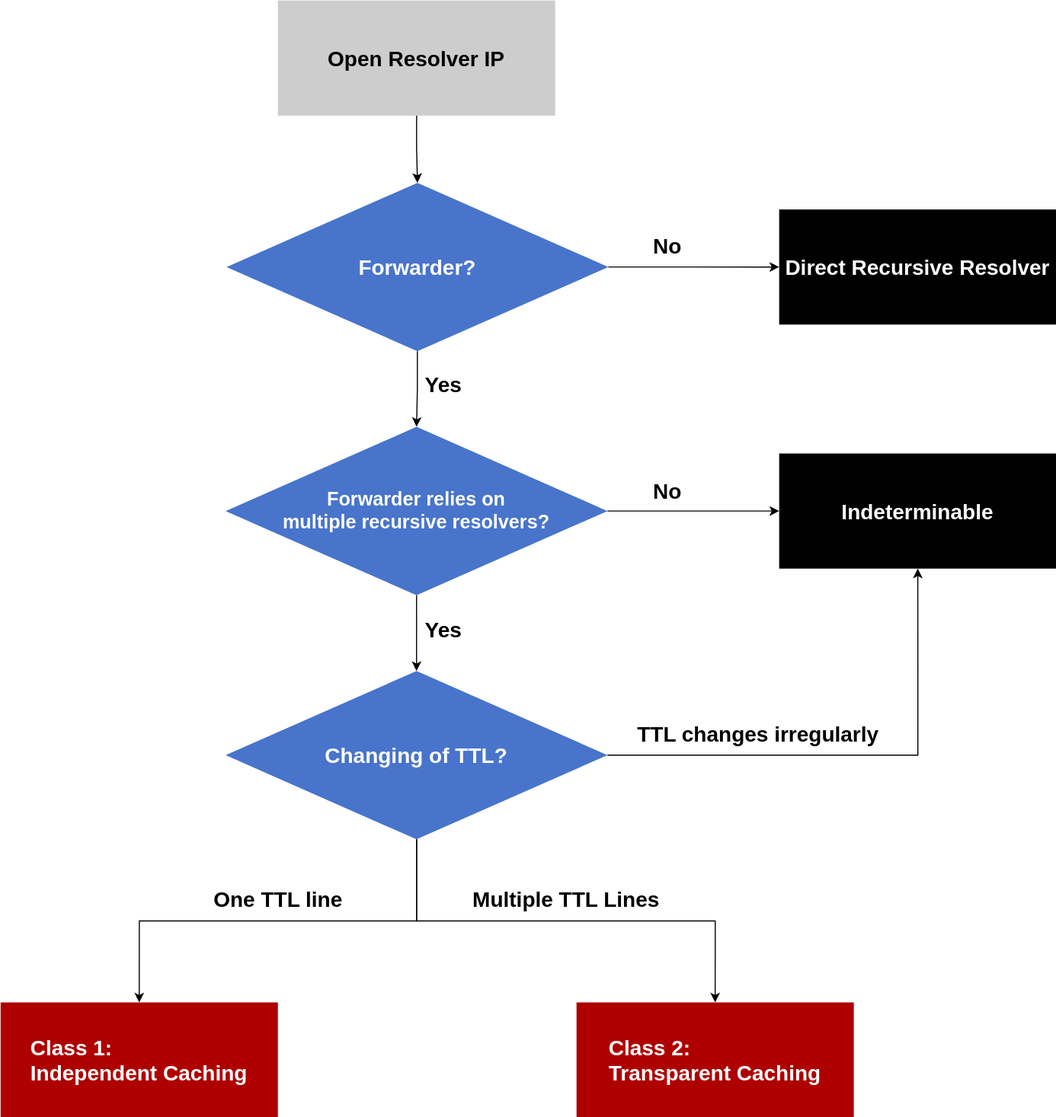
pythontha/Forwarder-cache keeps this draw.io diagram as 流程图.svg. Above is the earlier version. Source tidied: cells renumbered, new cells last; positions are measured from the earlier drawing's top-left corner, leaving out a move shared by most shapes.
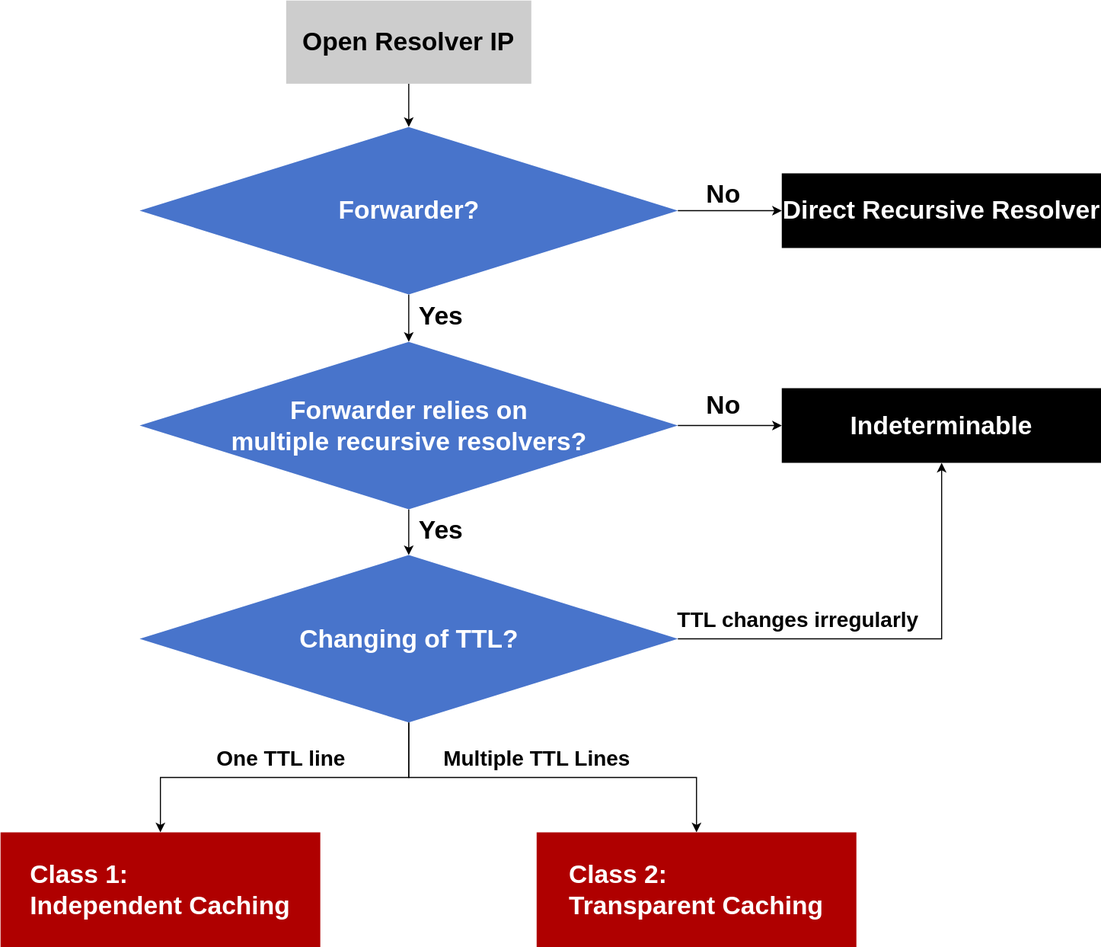
Later version of the same file.

Commit message:
更新流程图.svg

Diff of the diagram source:
```diff
@@ -5,8 +5,8 @@
     <mxCell id="2" style="edgeStyle=orthogonalEdgeStyle;rounded=0;jettySize=auto;html=1;entryX=0.5;entryY=0;entryDx=0;entryDy=0;" parent="1" edge="1" source="3" target="10">
       <mxGeometry relative="1" as="geometry" />
     </mxCell>
-    <mxCell id="3" value="&lt;font style=&quot;font-size: 20px;&quot;&gt;&lt;b style=&quot;&quot;&gt;Open Resolver IP&lt;/b&gt;&lt;/font&gt;" style="rounded=0;whiteSpace=wrap;html=1;fillColor=#CDCDCD;strokeColor=none;" parent="1" vertex="1">
-      <mxGeometry x="260" width="260" height="108" as="geometry" />
+    <mxCell id="3" value="&lt;font style=&quot;font-size: 24px;&quot;&gt;&lt;b style=&quot;&quot;&gt;Open Resolver IP&lt;/b&gt;&lt;/font&gt;" style="rounded=0;whiteSpace=wrap;html=1;fillColor=#CDCDCD;strokeColor=none;" parent="1" vertex="1">
+      <mxGeometry x="275" y="30" width="230" height="78" as="geometry" />
     </mxCell>
     <mxCell id="4" style="edgeStyle=orthogonalEdgeStyle;rounded=0;jettySize=auto;html=1;entryX=0.5;entryY=0;entryDx=0;entryDy=0;" parent="1" edge="1" source="7" target="16">
       <mxGeometry relative="1" as="geometry" />
@@ -17,8 +17,8 @@
     <mxCell id="6" style="edgeStyle=orthogonalEdgeStyle;rounded=0;jettySize=auto;html=1;entryX=0.5;entryY=1;entryDx=0;entryDy=0;" parent="1" edge="1" source="7" target="20">
       <mxGeometry relative="1" as="geometry" />
     </mxCell>
-    <mxCell id="7" value="&lt;font style=&quot;font-size: 20px;&quot; color=&quot;#ffffff&quot;&gt;&lt;b style=&quot;&quot;&gt;Changing of TTL?&lt;/b&gt;&lt;/font&gt;" style="rhombus;whiteSpace=wrap;html=1;rounded=0;strokeColor=none;fillColor=light-dark(#4874cb, #ededed);" parent="1" vertex="1">
-      <mxGeometry x="211" y="629.1" width="358" height="157.9" as="geometry" />
+    <mxCell id="7" value="&lt;font style=&quot;font-size: 24px;&quot; color=&quot;#ffffff&quot;&gt;&lt;b style=&quot;&quot;&gt;Changing of TTL?&lt;/b&gt;&lt;/font&gt;" style="rhombus;whiteSpace=wrap;html=1;rounded=0;strokeColor=none;fillColor=light-dark(#4874cb, #ededed);" parent="1" vertex="1">
+      <mxGeometry x="137.5" y="550" width="505" height="157" as="geometry" />
     </mxCell>
     <mxCell id="8" style="edgeStyle=orthogonalEdgeStyle;rounded=0;jettySize=auto;html=1;entryX=0;entryY=0.5;entryDx=0;entryDy=0;" parent="1" edge="1" source="10" target="18">
       <mxGeometry relative="1" as="geometry" />
@@ -26,14 +26,14 @@
     <mxCell id="9" style="edgeStyle=orthogonalEdgeStyle;rounded=0;jettySize=auto;html=1;entryX=0.5;entryY=0;entryDx=0;entryDy=0;" parent="1" edge="1" source="10" target="15">
       <mxGeometry relative="1" as="geometry" />
     </mxCell>
-    <mxCell id="10" value="&lt;font style=&quot;font-size: 20px;&quot; color=&quot;#ffffff&quot;&gt;&lt;b style=&quot;&quot;&gt;Forwarder?&lt;/b&gt;&lt;/font&gt;" style="rhombus;whiteSpace=wrap;html=1;rounded=0;fillColor=light-dark(#4874CB,#3A5EA4);strokeColor=none;" parent="1" vertex="1">
-      <mxGeometry x="211.8" y="171.1" width="358" height="157.9" as="geometry" />
+    <mxCell id="10" value="&lt;font style=&quot;font-size: 24px;&quot; color=&quot;#ffffff&quot;&gt;&lt;b style=&quot;&quot;&gt;Forwarder?&lt;/b&gt;&lt;/font&gt;" style="rhombus;whiteSpace=wrap;html=1;rounded=0;fillColor=light-dark(#4874CB,#3A5EA4);strokeColor=none;" parent="1" vertex="1">
+      <mxGeometry x="137.5" y="148.5" width="505" height="157" as="geometry" />
     </mxCell>
-    <mxCell id="11" value="&lt;font style=&quot;font-size: 20px;&quot;&gt;&lt;b style=&quot;&quot;&gt;Yes&lt;/b&gt;&lt;/font&gt;" style="text;html=1;align=center;verticalAlign=middle;strokeColor=none;fillColor=none;" parent="1" vertex="1">
-      <mxGeometry x="385" y="340" width="60" height="40" as="geometry" />
+    <mxCell id="11" value="&lt;font style=&quot;font-size: 24px;&quot;&gt;&lt;b style=&quot;&quot;&gt;Yes&lt;/b&gt;&lt;/font&gt;" style="text;html=1;align=center;verticalAlign=middle;strokeColor=none;fillColor=none;" parent="1" vertex="1">
+      <mxGeometry x="390" y="306" width="60" height="40" as="geometry" />
     </mxCell>
-    <mxCell id="12" value="&lt;font style=&quot;font-size: 20px;&quot;&gt;&lt;b style=&quot;&quot;&gt;No&lt;/b&gt;&lt;/font&gt;" style="text;html=1;align=center;verticalAlign=middle;strokeColor=none;fillColor=none;" parent="1" vertex="1">
-      <mxGeometry x="600" y="210" width="50" height="40" as="geometry" />
+    <mxCell id="12" value="&lt;font style=&quot;font-size: 24px;&quot;&gt;&lt;b style=&quot;&quot;&gt;No&lt;/b&gt;&lt;/font&gt;" style="text;html=1;align=center;verticalAlign=middle;strokeColor=none;fillColor=none;" parent="1" vertex="1">
+      <mxGeometry x="655" y="192" width="60" height="40" as="geometry" />
     </mxCell>
     <mxCell id="13" style="edgeStyle=orthogonalEdgeStyle;rounded=0;jettySize=auto;html=1;entryX=0.5;entryY=0;entryDx=0;entryDy=0;" parent="1" edge="1" source="15" target="7">
       <mxGeometry relative="1" as="geometry" />
@@ -41,35 +41,35 @@
     <mxCell id="14" style="edgeStyle=orthogonalEdgeStyle;rounded=0;jettySize=auto;html=1;entryX=0;entryY=0.5;entryDx=0;entryDy=0;" parent="1" edge="1" source="15" target="20">
       <mxGeometry relative="1" as="geometry" />
     </mxCell>
-    <mxCell id="15" value="&lt;font color=&quot;#ffffff&quot;&gt;&lt;span style=&quot;font-size: 18px;&quot;&gt;&lt;b&gt;Forwarder relies on&lt;/b&gt;&lt;/span&gt;&lt;/font&gt;&lt;div&gt;&lt;font color=&quot;#ffffff&quot;&gt;&lt;span style=&quot;font-size: 18px;&quot;&gt;&lt;b&gt;multiple recursive resolvers?&lt;/b&gt;&lt;/span&gt;&lt;/font&gt;&lt;/div&gt;" style="rhombus;whiteSpace=wrap;html=1;rounded=0;strokeColor=none;fillColor=light-dark(#4874cb, #ededed);" parent="1" vertex="1">
-      <mxGeometry x="211" y="400" width="358" height="157.9" as="geometry" />
+    <mxCell id="15" value="&lt;font style=&quot;font-size: 24px;&quot; color=&quot;#ffffff&quot;&gt;&lt;b style=&quot;&quot;&gt;Forwarder relies on&lt;/b&gt;&lt;/font&gt;&lt;div&gt;&lt;font style=&quot;font-size: 24px;&quot; color=&quot;#ffffff&quot;&gt;&lt;b style=&quot;&quot;&gt;multiple recursive resolvers?&lt;/b&gt;&lt;/font&gt;&lt;/div&gt;" style="rhombus;whiteSpace=wrap;html=1;rounded=0;strokeColor=none;fillColor=light-dark(#4874cb, #ededed);" parent="1" vertex="1">
+      <mxGeometry x="137.5" y="350" width="505" height="157" as="geometry" />
     </mxCell>
-    <mxCell id="16" value="&lt;div style=&quot;text-align: left;&quot;&gt;&lt;b style=&quot;&quot;&gt;&lt;font style=&quot;color: light-dark(rgb(255, 255, 255), rgb(237, 237, 237)); font-size: 20px;&quot;&gt;Class 1:&lt;/font&gt;&lt;/b&gt;&lt;/div&gt;&lt;font style=&quot;font-size: 20px;&quot; color=&quot;#ffffff&quot;&gt;&lt;b style=&quot;&quot;&gt;Independent Caching&lt;/b&gt;&lt;/font&gt;" style="whiteSpace=wrap;html=1;rounded=0;align=center;strokeColor=none;fillColor=light-dark(#af0000, #ededed);" parent="1" vertex="1">
-      <mxGeometry y="940" width="260" height="108" as="geometry" />
+    <mxCell id="16" value="&lt;div style=&quot;text-align: left;&quot;&gt;&lt;b style=&quot;&quot;&gt;&lt;font style=&quot;color: light-dark(rgb(255, 255, 255), rgb(237, 237, 237)); font-size: 24px;&quot;&gt;Class 1:&lt;/font&gt;&lt;/b&gt;&lt;/div&gt;&lt;font style=&quot;font-size: 24px;&quot; color=&quot;#ffffff&quot;&gt;&lt;b style=&quot;&quot;&gt;Independent Caching&lt;/b&gt;&lt;/font&gt;" style="whiteSpace=wrap;html=1;rounded=0;align=center;strokeColor=none;fillColor=light-dark(#af0000, #ededed);" parent="1" vertex="1">
+      <mxGeometry x="7" y="810" width="300" height="108" as="geometry" />
     </mxCell>
-    <mxCell id="17" value="&lt;font style=&quot;font-size: 20px;&quot;&gt;&lt;b style=&quot;&quot;&gt;Yes&lt;/b&gt;&lt;/font&gt;" style="text;html=1;align=center;verticalAlign=middle;strokeColor=none;fillColor=none;" parent="1" vertex="1">
-      <mxGeometry x="385" y="570" width="60" height="40" as="geometry" />
+    <mxCell id="17" value="&lt;font style=&quot;font-size: 24px;&quot;&gt;&lt;b style=&quot;&quot;&gt;Yes&lt;/b&gt;&lt;/font&gt;" style="text;html=1;align=center;verticalAlign=middle;strokeColor=none;fillColor=none;" parent="1" vertex="1">
+      <mxGeometry x="390" y="507" width="60" height="40" as="geometry" />
     </mxCell>
-    <mxCell id="18" value="&lt;div style=&quot;text-align: left;&quot;&gt;&lt;font style=&quot;font-size: 20px;&quot;&gt;&lt;b style=&quot;color: light-dark(rgb(255, 255, 255), rgb(237, 237, 237)); background-color: transparent; text-align: center;&quot;&gt;Direct R&lt;/b&gt;&lt;span style=&quot;background-color: transparent; text-align: center;&quot;&gt;&lt;font color=&quot;#ffffff&quot;&gt;&lt;b style=&quot;&quot;&gt;ecursive Resolver&lt;/b&gt;&lt;/font&gt;&lt;/span&gt;&lt;/font&gt;&lt;/div&gt;" style="whiteSpace=wrap;html=1;rounded=0;strokeColor=none;fillColor=light-dark(#000000,#EDEDED);" parent="1" vertex="1">
-      <mxGeometry x="730" y="196" width="260" height="108" as="geometry" />
+    <mxCell id="18" value="&lt;div style=&quot;text-align: left;&quot;&gt;&lt;font style=&quot;font-size: 24px;&quot;&gt;&lt;b style=&quot;color: light-dark(rgb(255, 255, 255), rgb(237, 237, 237)); background-color: transparent; text-align: center;&quot;&gt;Direct R&lt;/b&gt;&lt;span style=&quot;background-color: transparent; text-align: center;&quot;&gt;&lt;font color=&quot;#ffffff&quot;&gt;&lt;b style=&quot;&quot;&gt;ecursive Resolver&lt;/b&gt;&lt;/font&gt;&lt;/span&gt;&lt;/font&gt;&lt;/div&gt;" style="whiteSpace=wrap;html=1;rounded=0;strokeColor=none;fillColor=light-dark(#000000,#EDEDED);" parent="1" vertex="1">
+      <mxGeometry x="740" y="192" width="300" height="70" as="geometry" />
     </mxCell>
-    <mxCell id="19" value="&lt;div style=&quot;text-align: left;&quot;&gt;&lt;font style=&quot;color: light-dark(rgb(255, 255, 255), rgb(237, 237, 237)); font-size: 20px;&quot;&gt;&lt;b style=&quot;&quot;&gt;Class 2:&lt;/b&gt;&lt;/font&gt;&lt;/div&gt;&lt;font style=&quot;color: light-dark(rgb(255, 255, 255), rgb(237, 237, 237)); font-size: 20px;&quot;&gt;&lt;b style=&quot;&quot;&gt;Transparent Caching&lt;/b&gt;&lt;/font&gt;" style="whiteSpace=wrap;html=1;rounded=0;fillColor=light-dark(#AF0000,#EDEDED);strokeColor=none;" parent="1" vertex="1">
-      <mxGeometry x="540" y="940" width="260" height="108" as="geometry" />
+    <mxCell id="19" value="&lt;div style=&quot;text-align: left;&quot;&gt;&lt;font style=&quot;color: light-dark(rgb(255, 255, 255), rgb(237, 237, 237)); font-size: 24px;&quot;&gt;&lt;b style=&quot;&quot;&gt;Class 2:&lt;/b&gt;&lt;/font&gt;&lt;/div&gt;&lt;font style=&quot;color: light-dark(rgb(255, 255, 255), rgb(237, 237, 237)); font-size: 24px;&quot;&gt;&lt;b style=&quot;&quot;&gt;Transparent Caching&lt;/b&gt;&lt;/font&gt;" style="whiteSpace=wrap;html=1;rounded=0;fillColor=light-dark(#AF0000,#EDEDED);strokeColor=none;" parent="1" vertex="1">
+      <mxGeometry x="510" y="810" width="300" height="108" as="geometry" />
     </mxCell>
-    <mxCell id="20" value="&lt;div style=&quot;text-align: left;&quot;&gt;&lt;font style=&quot;background-color: transparent; text-align: center; color: rgb(255, 255, 255); font-size: 20px;&quot;&gt;&lt;b style=&quot;&quot;&gt;Indeterminable&lt;/b&gt;&lt;/font&gt;&lt;/div&gt;" style="whiteSpace=wrap;html=1;rounded=0;strokeColor=none;fillColor=light-dark(#000000,#EDEDED);" parent="1" vertex="1">
-      <mxGeometry x="730" y="425" width="260" height="108" as="geometry" />
+    <mxCell id="20" value="&lt;div style=&quot;text-align: left;&quot;&gt;&lt;font style=&quot;background-color: transparent; text-align: center; color: rgb(255, 255, 255); font-size: 24px;&quot;&gt;&lt;b style=&quot;&quot;&gt;Indeterminable&lt;/b&gt;&lt;/font&gt;&lt;/div&gt;" style="whiteSpace=wrap;html=1;rounded=0;strokeColor=none;fillColor=light-dark(#000000,#EDEDED);" parent="1" vertex="1">
+      <mxGeometry x="740" y="393.5" width="300" height="70" as="geometry" />
     </mxCell>
-    <mxCell id="21" value="&lt;font style=&quot;font-size: 20px;&quot;&gt;&lt;b style=&quot;&quot;&gt;No&lt;/b&gt;&lt;/font&gt;" style="text;html=1;align=center;verticalAlign=middle;strokeColor=none;fillColor=none;" parent="1" vertex="1">
-      <mxGeometry x="600" y="440" width="50" height="40" as="geometry" />
+    <mxCell id="21" value="&lt;font style=&quot;font-size: 24px;&quot;&gt;&lt;b style=&quot;&quot;&gt;No&lt;/b&gt;&lt;/font&gt;" style="text;html=1;align=center;verticalAlign=middle;strokeColor=none;fillColor=none;" parent="1" vertex="1">
+      <mxGeometry x="655" y="390" width="60" height="40" as="geometry" />
     </mxCell>
     <mxCell id="22" value="&lt;font style=&quot;font-size: 20px;&quot;&gt;&lt;b style=&quot;&quot;&gt;One TTL line&lt;/b&gt;&lt;/font&gt;" style="text;html=1;align=center;verticalAlign=middle;strokeColor=none;fillColor=none;" parent="1" vertex="1">
-      <mxGeometry x="190" y="823" width="140" height="40" as="geometry" />
+      <mxGeometry x="200" y="720" width="140" height="40" as="geometry" />
     </mxCell>
     <mxCell id="23" value="&lt;font style=&quot;font-size: 20px;&quot;&gt;&lt;b style=&quot;&quot;&gt;Multiple TTL Lines&lt;/b&gt;&lt;/font&gt;" style="text;html=1;align=center;verticalAlign=middle;strokeColor=none;fillColor=none;" parent="1" vertex="1">
-      <mxGeometry x="430" y="823" width="200" height="40" as="geometry" />
+      <mxGeometry x="410" y="720" width="200" height="40" as="geometry" />
     </mxCell>
     <mxCell id="24" value="&lt;b style=&quot;&quot;&gt;&lt;font style=&quot;font-size: 20px;&quot;&gt;TTL changes irregularly&lt;/font&gt;&lt;/b&gt;" style="text;html=1;align=center;verticalAlign=middle;strokeColor=none;fillColor=none;" parent="1" vertex="1">
-      <mxGeometry x="585" y="668" width="250" height="40" as="geometry" />
+      <mxGeometry x="630" y="590" width="250" height="40" as="geometry" />
     </mxCell>
   </root>
 </mxGraphModel>
```
